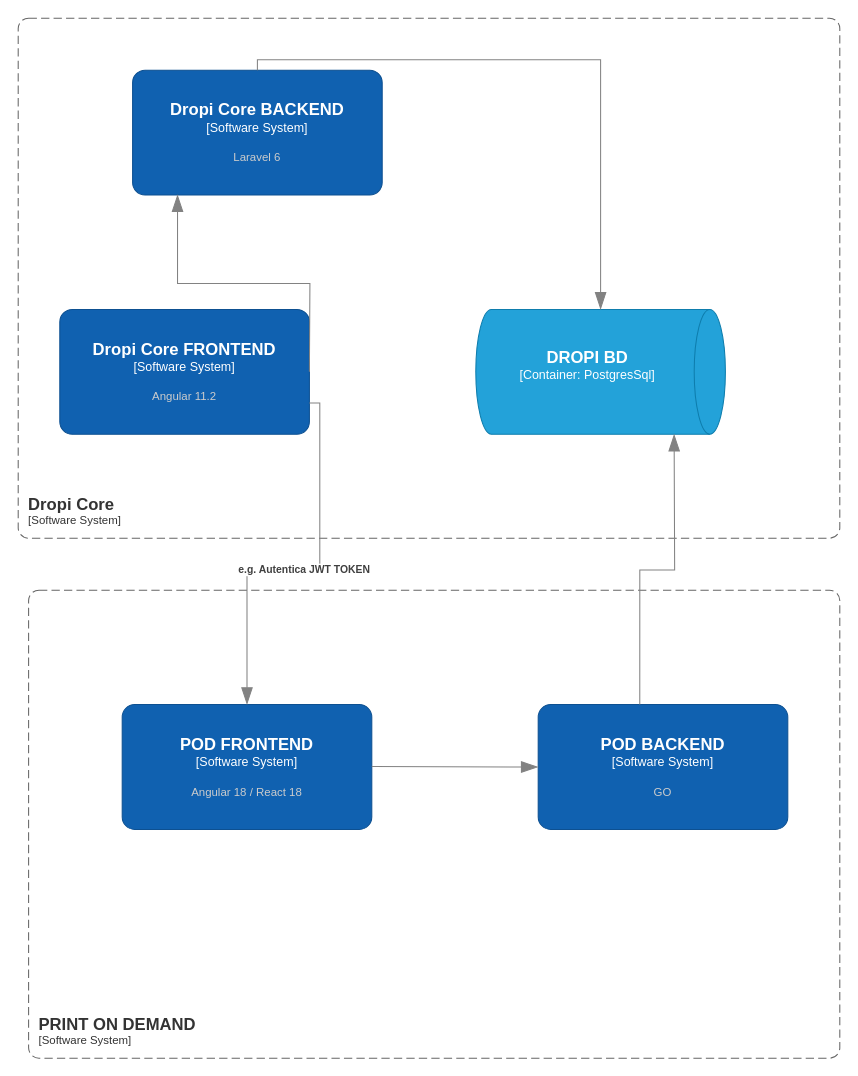
Above: page "CONTENEDORES" (6 of 6) of diagrams/MER-pod.drawio in jhaineymilevis/pod (draw.io), before the change. Source tidied: cells renumbered, new cells numbered last; positions are measured from the earlier drawing's top-left corner, leaving out a move shared by most shapes. Both pictures are drawn from the tidied source at 104%, with x=0, y=0 at pixel (18, 18).
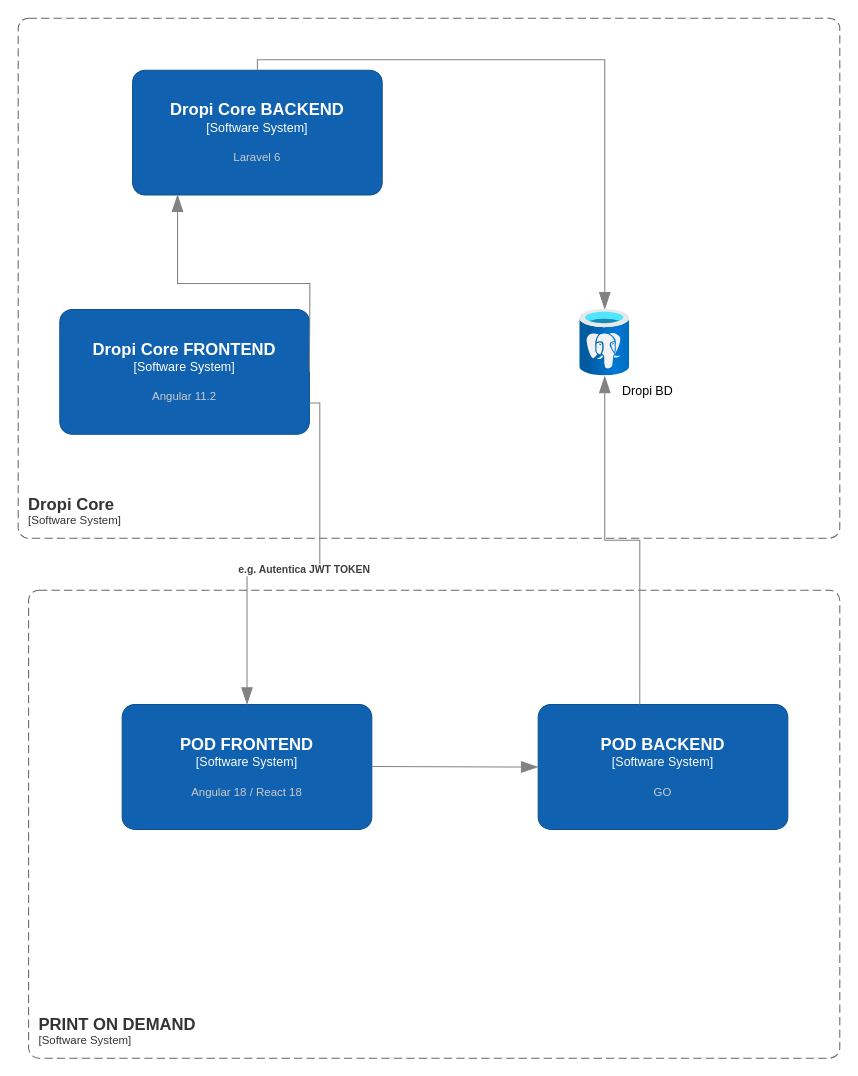
The same diagram, later.

Unchanged cells that the change refers to:
```xml
<object id="5" label="&lt;font style=&quot;font-size: 16px&quot;&gt;&lt;b&gt;%c4Name%&lt;/b&gt;&lt;/font&gt;&lt;div&gt;[%c4Type%]&lt;/div&gt;&lt;br&gt;&lt;div&gt;&lt;font style=&quot;font-size: 11px&quot;&gt;&lt;font color=&quot;#cccccc&quot;&gt;%c4Description%&lt;/font&gt;&lt;/div&gt;" c4Description="Laravel 6" c4Name="Dropi Core BACKEND" c4Type="Software System" placeholders="1">
  <mxCell style="rounded=1;whiteSpace=wrap;html=1;labelBackgroundColor=none;fillColor=#1061B0;fontColor=#ffffff;align=center;arcSize=10;strokeColor=#0D5091;points=[[0.25,0,0],[0.5,0,0],[0.75,0,0],[1,0.25,0],[1,0.5,0],[1,0.75,0],[0.75,1,0],[0.5,1,0],[0.25,1,0],[0,0.75,0],[0,0.5,0],[0,0.25,0]];" parent="1" vertex="1">
    <mxGeometry x="110" y="50" width="240" height="120" as="geometry" />
  </mxCell>
</object>
<object id="10" label="&lt;font style=&quot;font-size: 16px&quot;&gt;&lt;b&gt;%c4Name%&lt;/b&gt;&lt;/font&gt;&lt;div&gt;[%c4Type%]&lt;/div&gt;&lt;br&gt;&lt;div&gt;&lt;font style=&quot;font-size: 11px&quot;&gt;&lt;font color=&quot;#cccccc&quot;&gt;%c4Description%&lt;/font&gt;&lt;/div&gt;" c4Description="GO" c4Name="POD BACKEND" c4Type="Software System" placeholders="1">
  <mxCell style="rounded=1;whiteSpace=wrap;html=1;labelBackgroundColor=none;fillColor=#1061B0;fontColor=#ffffff;align=center;arcSize=10;strokeColor=#0D5091;points=[[0.25,0,0],[0.5,0,0],[0.75,0,0],[1,0.25,0],[1,0.5,0],[1,0.75,0],[0.75,1,0],[0.5,1,0],[0.25,1,0],[0,0.75,0],[0,0.5,0],[0,0.25,0]];" parent="1" vertex="1">
    <mxGeometry x="500" y="660" width="240" height="120" as="geometry" />
  </mxCell>
</object>
```

Diff of the diagram source:
```diff
@@
-    <object id="3" label="&lt;font style=&quot;font-size: 16px&quot;&gt;&lt;b&gt;%c4Type%&lt;/b&gt;&lt;/font&gt;&lt;div&gt;[%c4Container%:&amp;nbsp;%c4Technology%]&lt;/div&gt;&lt;br&gt;&lt;div&gt;&lt;font style=&quot;font-size: 11px&quot;&gt;&lt;font color=&quot;#E6E6E6&quot;&gt;%c4Description%&lt;/font&gt;&lt;/div&gt;" c4Container="Container" c4Description="" c4Technology="PostgresSql" c4Type="DROPI BD" placeholders="1">
-      <mxCell style="shape=cylinder3;size=15;direction=south;whiteSpace=wrap;html=1;boundedLbl=1;rounded=0;labelBackgroundColor=none;fillColor=#23A2D9;fontSize=12;fontColor=#ffffff;align=center;strokeColor=#0E7DAD;points=[[0.5,0,0],[1,0.25,0],[1,0.5,0],[1,0.75,0],[0.5,1,0],[0,0.75,0],[0,0.5,0],[0,0.25,0]];" parent="1" vertex="1">
-        <mxGeometry x="440" y="280" width="240" height="120" as="geometry" />
-      </mxCell>
-    </object>
@@
-    <mxCell id="7" style="endArrow=blockThin;html=1;fontSize=10;fontColor=#404040;strokeWidth=1;endFill=1;strokeColor=#828282;elbow=vertical;endSize=14;startSize=14;jumpStyle=arc;jumpSize=16;rounded=0;edgeStyle=orthogonalEdgeStyle;exitX=0.5;exitY=0;exitDx=0;exitDy=0;exitPerimeter=0;" parent="1" edge="1" source="5" target="3">
+    <mxCell id="7" style="endArrow=blockThin;html=1;fontSize=10;fontColor=#404040;strokeWidth=1;endFill=1;strokeColor=#828282;elbow=vertical;endSize=14;startSize=14;jumpStyle=arc;jumpSize=16;rounded=0;edgeStyle=orthogonalEdgeStyle;exitX=0.5;exitY=0;exitDx=0;exitDy=0;exitPerimeter=0;" parent="1" edge="1" source="5" target="14">
       <mxGeometry relative="1" as="geometry" />
     </mxCell>
@@
-    <mxCell id="12" style="endArrow=blockThin;html=1;fontSize=10;fontColor=#404040;strokeWidth=1;endFill=1;strokeColor=#828282;elbow=vertical;endSize=14;startSize=14;jumpStyle=arc;jumpSize=16;rounded=0;edgeStyle=orthogonalEdgeStyle;entryX=0.69;entryY=0.122;entryDx=0;entryDy=0;entryPerimeter=0;exitX=0.407;exitY=0;exitDx=0;exitDy=0;exitPerimeter=0;" parent="1" edge="1" source="10">
-      <mxGeometry relative="1" as="geometry">
-        <mxPoint x="630.7" y="400" as="targetPoint" />
-      </mxGeometry>
+    <mxCell id="12" style="endArrow=blockThin;html=1;fontSize=10;fontColor=#404040;strokeWidth=1;endFill=1;strokeColor=#828282;elbow=vertical;endSize=14;startSize=14;jumpStyle=arc;jumpSize=16;rounded=0;edgeStyle=orthogonalEdgeStyle;exitX=0.407;exitY=0;exitDx=0;exitDy=0;exitPerimeter=0;" parent="1" edge="1" source="10" target="14">
+      <mxGeometry relative="1" as="geometry" />
     </mxCell>
@@
+    <mxCell id="14" style="image;html=1;points=[];align=center;fontSize=12;image=img/lib/azure2/databases/Azure_Database_PostgreSQL_Server.svg;" parent="1" vertex="1">
+      <mxGeometry x="540" y="280" width="48" height="64" as="geometry" />
+    </mxCell>
+    <mxCell id="15" value="Dropi BD" style="text;html=1;align=center;verticalAlign=middle;strokeColor=none;fillColor=none;" parent="1" vertex="1">
+      <mxGeometry x="570" y="344" width="70" height="30" as="geometry" />
+    </mxCell>
```
